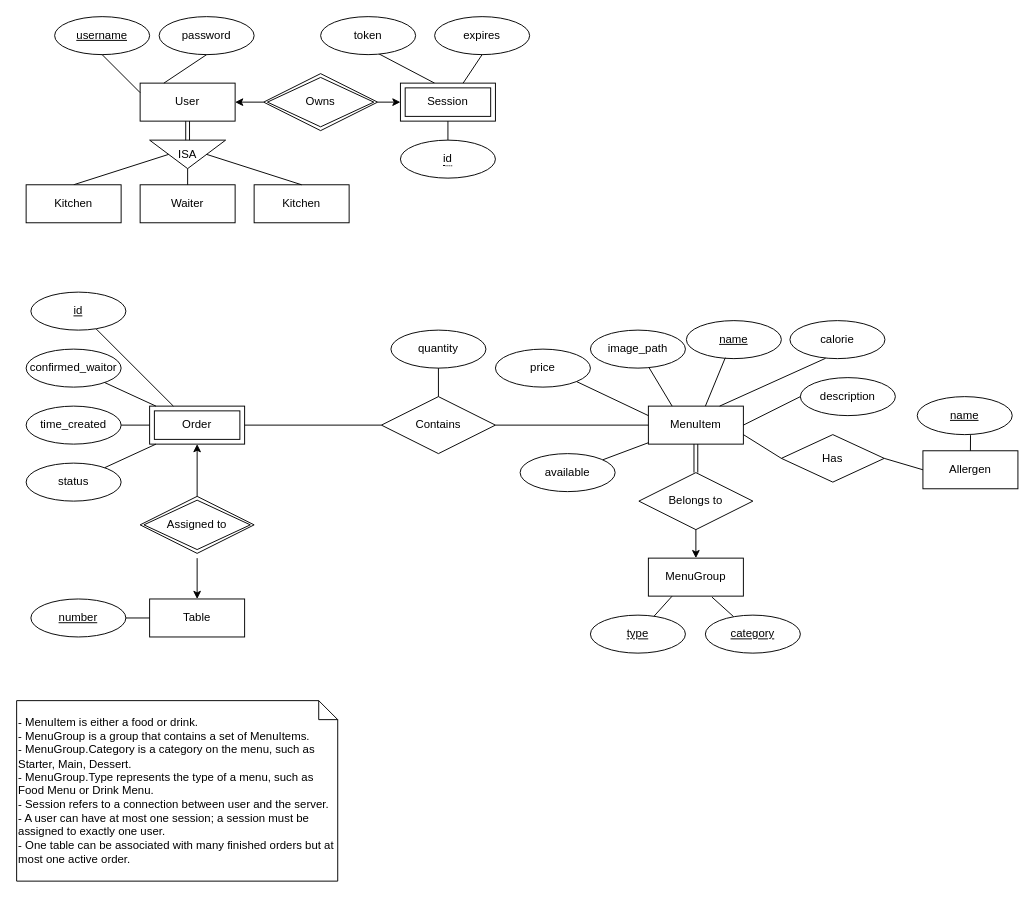
Before: doc/backend/database-design/ER-diagram.drawio in Spencer-Georgiou/Uni-Y2-Team, a draw.io diagram. Source tidied: cells renumbered, new cells numbered last; positions are measured from the earlier drawing's top-left corner, leaving out a move shared by most shapes. Both pictures are drawn from the tidied source at 95%, with x=0, y=0 at pixel (16, 16).
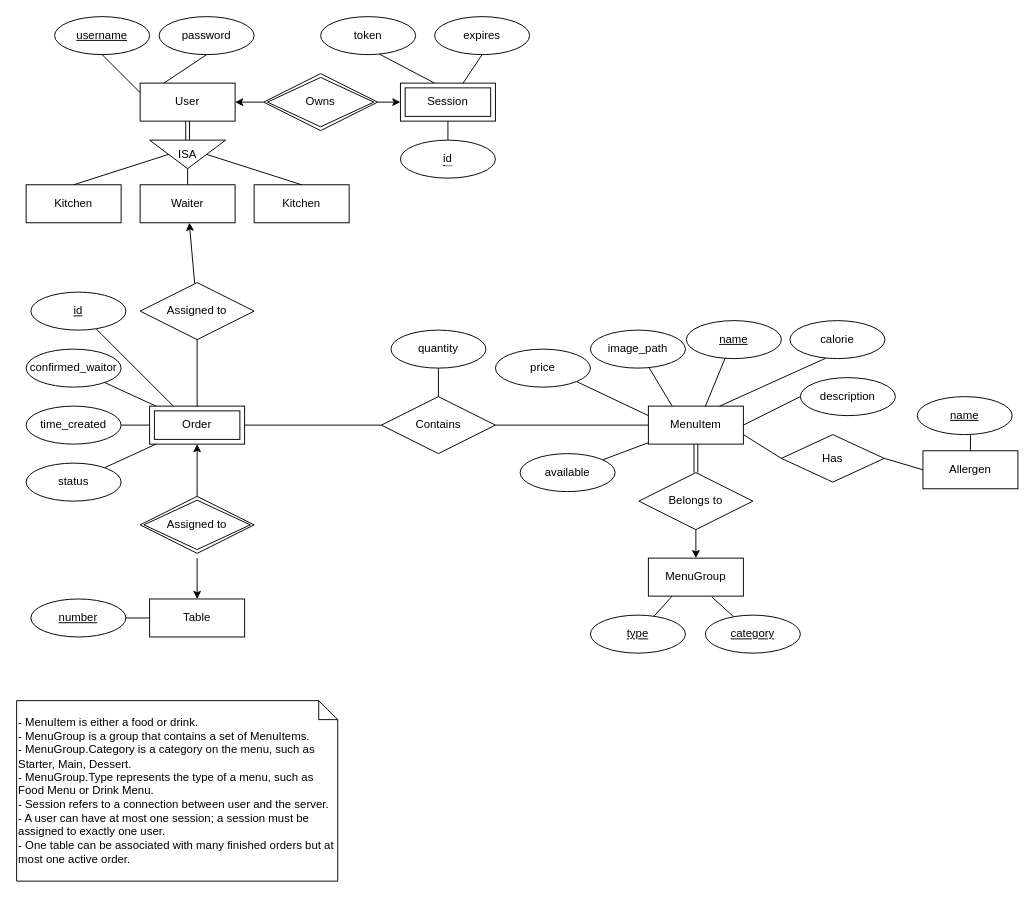
The same diagram, later.

Commit message (it also covers changes not shown here):
feat(models.order): many orders can be assigned with one waiter

The change refers to these unchanged cells:
```xml
<mxCell id="41" value="Order" style="shape=ext;margin=3;double=1;whiteSpace=wrap;html=1;align=center;" parent="1" vertex="1">
  <mxGeometry x="140" y="410" width="100" height="40" as="geometry" />
</mxCell>
<mxCell id="51" value="Waiter" style="whiteSpace=wrap;html=1;align=center;" parent="1" vertex="1">
  <mxGeometry x="130" y="177" width="100" height="40" as="geometry" />
</mxCell>
```

Diff of the diagram source:
```diff
@@
+    <mxCell id="73" style="edgeStyle=none;html=1;startArrow=classic;startFill=1;endArrow=none;endFill=0;" parent="1" edge="1" source="51" target="75">
+      <mxGeometry relative="1" as="geometry" />
+    </mxCell>
@@
+    <mxCell id="74" style="edgeStyle=none;html=1;endArrow=none;endFill=0;" parent="1" edge="1" source="75" target="41">
+      <mxGeometry relative="1" as="geometry" />
+    </mxCell>
+    <mxCell id="75" value="Assigned to" style="shape=rhombus;perimeter=rhombusPerimeter;whiteSpace=wrap;html=1;align=center;" parent="1" vertex="1">
+      <mxGeometry x="130" y="280" width="120" height="60" as="geometry" />
+    </mxCell>
```
